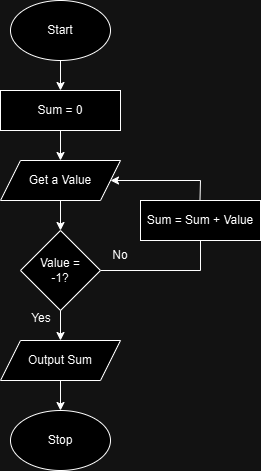
Before: Problem2_Gob.png, a diagram exported from draw.io (Mark-Jeonel-Kenn-Gob/DSA-CPE010-CPE21S4). Source tidied: cells renumbered, new cells last; positions are measured from the earlier drawing's top-left corner, leaving out a move shared by most shapes.
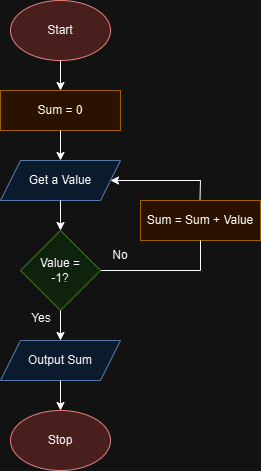
Later version of the same file.

What changed in the source:
```diff
@@ -2,13 +2,13 @@
   <root>
     <mxCell id="0" />
     <mxCell id="1" parent="0" />
-    <mxCell id="2" value="Start" style="ellipse;whiteSpace=wrap;html=1;" parent="1" vertex="1">
+    <mxCell id="2" value="Start" style="ellipse;whiteSpace=wrap;html=1;fillColor=#f8cecc;strokeColor=#b85450;" parent="1" vertex="1">
       <mxGeometry x="10" width="100" height="60" as="geometry" />
     </mxCell>
-    <mxCell id="3" value="Get a Value" style="shape=parallelogram;perimeter=parallelogramPerimeter;whiteSpace=wrap;html=1;fixedSize=1;" parent="1" vertex="1">
+    <mxCell id="3" value="Get a Value" style="shape=parallelogram;perimeter=parallelogramPerimeter;whiteSpace=wrap;html=1;fixedSize=1;fillColor=#dae8fc;strokeColor=#6c8ebf;" parent="1" vertex="1">
       <mxGeometry y="160" width="120" height="40" as="geometry" />
     </mxCell>
-    <mxCell id="4" value="Sum = 0" style="rounded=0;whiteSpace=wrap;html=1;" parent="1" vertex="1">
+    <mxCell id="4" value="Sum = 0" style="rounded=0;whiteSpace=wrap;html=1;fillColor=#ffe6cc;strokeColor=#d79b00;" parent="1" vertex="1">
       <mxGeometry y="90" width="120" height="40" as="geometry" />
     </mxCell>
     <mxCell id="5" style="endArrow=classic;html=1;rounded=0;exitX=0.5;exitY=1;exitDx=0;exitDy=0;entryX=0.5;entryY=0;entryDx=0;entryDy=0;" parent="1" edge="1" source="2" target="4">
@@ -22,7 +22,7 @@
         <mxPoint x="60" y="230" as="targetPoint" />
       </mxGeometry>
     </mxCell>
-    <mxCell id="8" value="Stop" style="ellipse;whiteSpace=wrap;html=1;" parent="1" vertex="1">
+    <mxCell id="8" value="Stop" style="ellipse;whiteSpace=wrap;html=1;fillColor=#f8cecc;strokeColor=#b85450;" parent="1" vertex="1">
       <mxGeometry x="10" y="410" width="100" height="60" as="geometry" />
     </mxCell>
     <mxCell id="9" style="endArrow=none;html=1;rounded=0;exitX=1;exitY=0.5;exitDx=0;exitDy=0;" parent="1" edge="1" source="12">
@@ -41,10 +41,10 @@
         <mxPoint x="200" y="180" as="sourcePoint" />
       </mxGeometry>
     </mxCell>
-    <mxCell id="12" value="Value = &lt;br&gt;-1?" style="rhombus;whiteSpace=wrap;html=1;" parent="1" vertex="1">
+    <mxCell id="12" value="Value = &lt;br&gt;-1?" style="rhombus;whiteSpace=wrap;html=1;fillColor=#d5e8d4;strokeColor=#82b366;" parent="1" vertex="1">
       <mxGeometry x="20" y="230" width="80" height="80" as="geometry" />
     </mxCell>
-    <mxCell id="13" value="Output Sum" style="shape=parallelogram;perimeter=parallelogramPerimeter;whiteSpace=wrap;html=1;fixedSize=1;" parent="1" vertex="1">
+    <mxCell id="13" value="Output Sum" style="shape=parallelogram;perimeter=parallelogramPerimeter;whiteSpace=wrap;html=1;fixedSize=1;fillColor=#dae8fc;strokeColor=#6c8ebf;" parent="1" vertex="1">
       <mxGeometry y="340" width="120" height="40" as="geometry" />
     </mxCell>
     <mxCell id="14" style="endArrow=classic;html=1;rounded=0;exitX=0.5;exitY=1;exitDx=0;exitDy=0;entryX=0.5;entryY=0;entryDx=0;entryDy=0;" parent="1" edge="1" source="13" target="8">
@@ -59,7 +59,7 @@
     <mxCell id="17" value="No" style="text;html=1;align=center;verticalAlign=middle;whiteSpace=wrap;rounded=0;" parent="1" vertex="1">
       <mxGeometry x="90" y="240" width="60" height="30" as="geometry" />
     </mxCell>
-    <mxCell id="18" value="Sum = Sum + Value" style="rounded=0;whiteSpace=wrap;html=1;" parent="1" vertex="1">
+    <mxCell id="18" value="Sum = Sum + Value" style="rounded=0;whiteSpace=wrap;html=1;fillColor=#ffe6cc;strokeColor=#d79b00;" parent="1" vertex="1">
       <mxGeometry x="140" y="200" width="120" height="40" as="geometry" />
     </mxCell>
     <mxCell id="19" style="endArrow=none;html=1;rounded=0;exitX=0.5;exitY=1;exitDx=0;exitDy=0;" parent="1" edge="1" source="18">
```
